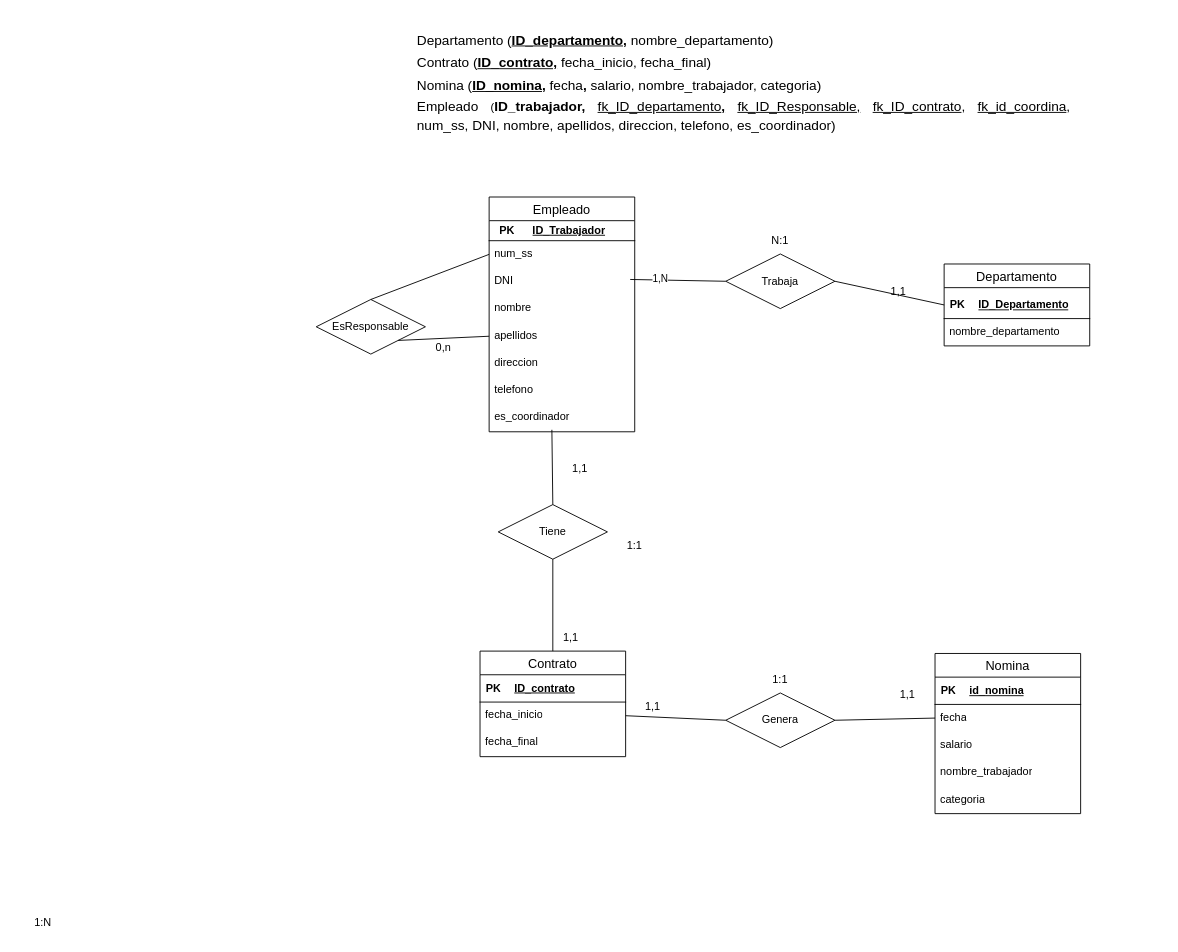
Daninuro/diagrames-cvf-dn-mpl-n-11102023 keeps this draw.io diagram as Ejercicio07.drawio. Above is the earlier version. Source tidied: cells renumbered, new cells numbered last; positions are measured from the earlier drawing's top-left corner, leaving out a move shared by most shapes. Both pictures are drawn from the tidied source at 91%, with x=0, y=0 at pixel (15, 26).
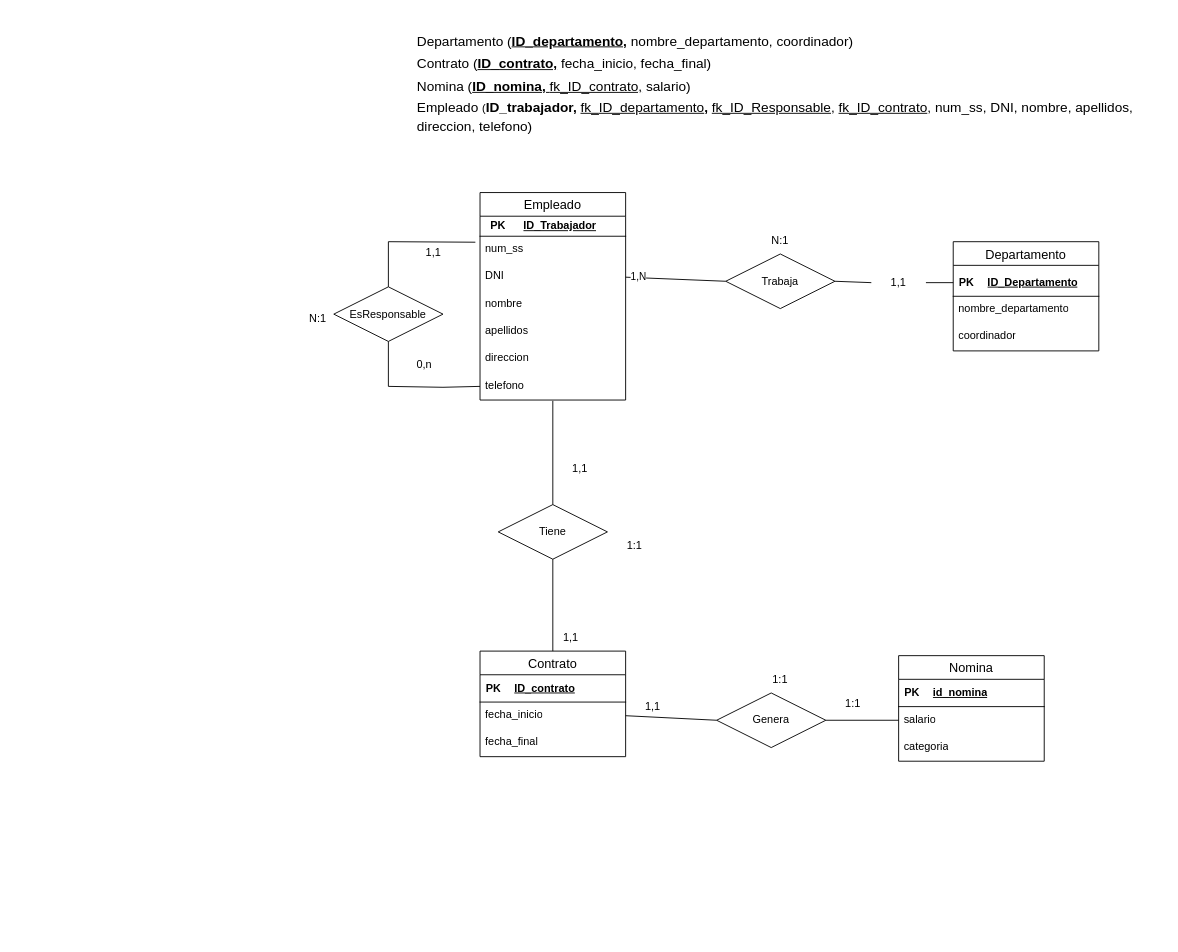
The same page after the edit.

Unchanged cells that the change refers to:
```xml
<mxCell id="7" value="num_ss" style="text;strokeColor=none;fillColor=none;spacingLeft=4;spacingRight=4;overflow=hidden;points=[[0,0.5],[1,0.5]];portConstraint=eastwest;fontSize=12;whiteSpace=wrap;html=1;" parent="2" vertex="1">
  <mxGeometry y="48" width="160" height="30" as="geometry" />
</mxCell>
<mxCell id="8" value="DNI" style="text;strokeColor=none;fillColor=none;spacingLeft=4;spacingRight=4;overflow=hidden;points=[[0,0.5],[1,0.5]];portConstraint=eastwest;fontSize=12;whiteSpace=wrap;html=1;" parent="2" vertex="1">
  <mxGeometry y="78" width="160" height="30" as="geometry" />
</mxCell>
<mxCell id="10" value="apellidos" style="text;strokeColor=none;fillColor=none;spacingLeft=4;spacingRight=4;overflow=hidden;points=[[0,0.5],[1,0.5]];portConstraint=eastwest;fontSize=12;whiteSpace=wrap;html=1;" parent="2" vertex="1">
  <mxGeometry y="138" width="160" height="30" as="geometry" />
</mxCell>
<mxCell id="12" value="telefono" style="text;strokeColor=none;fillColor=none;spacingLeft=4;spacingRight=4;overflow=hidden;points=[[0,0.5],[1,0.5]];portConstraint=eastwest;fontSize=12;whiteSpace=wrap;html=1;" parent="2" vertex="1">
  <mxGeometry y="198" width="160" height="30" as="geometry" />
</mxCell>
<mxCell id="23" style="shape=tableRow;horizontal=0;startSize=0;swimlaneHead=0;swimlaneBody=0;fillColor=none;points=[[0,0.5],[1,0.5]];portConstraint=eastwest;top=0;left=0;right=0;bottom=1;" parent="22" vertex="1">
  <mxGeometry y="4" width="160" height="30" as="geometry" />
</mxCell>
<mxCell id="36" value="Tiene" style="shape=rhombus;perimeter=rhombusPerimeter;whiteSpace=wrap;html=1;align=center;" parent="1" vertex="1">
  <mxGeometry x="530" y="525" width="120" height="60" as="geometry" />
</mxCell>
<mxCell id="38" value="Trabaja" style="shape=rhombus;perimeter=rhombusPerimeter;whiteSpace=wrap;html=1;align=center;" parent="1" vertex="1">
  <mxGeometry x="780" y="249.6" width="120" height="60" as="geometry" />
</mxCell>
```

Change to the diagram source:
```diff
@@
     <mxCell id="2" value="Empleado" style="swimlane;fontStyle=0;horizontal=1;startSize=26;align=center;fontSize=14;" parent="1" vertex="1">
-      <mxGeometry x="520" y="187" width="160" height="258" as="geometry" />
+      <mxGeometry x="510" y="182.1" width="160" height="228" as="geometry" />
     </mxCell>
@@
-    <mxCell id="13" value="es_coordinador" style="text;strokeColor=none;fillColor=none;spacingLeft=4;spacingRight=4;overflow=hidden;points=[[0,0.5],[1,0.5]];portConstraint=eastwest;fontSize=12;whiteSpace=wrap;html=1;" parent="2" vertex="1">
-      <mxGeometry y="228" width="160" height="30" as="geometry" />
-    </mxCell>
@@
     <mxCell id="21" value="Departamento" style="swimlane;fontStyle=0;horizontal=1;startSize=26;align=center;fontSize=14;" parent="1" vertex="1">
-      <mxGeometry x="1020" y="260.6" width="160" height="90" as="geometry" />
+      <mxGeometry x="1030" y="236.1" width="160" height="120" as="geometry" />
     </mxCell>
@@
+    <mxCell id="60" value="coordinador" style="text;strokeColor=none;fillColor=none;spacingLeft=4;spacingRight=4;overflow=hidden;fontSize=12;whiteSpace=wrap;html=1;" parent="21" vertex="1">
+      <mxGeometry y="90" width="160" height="30" as="geometry" />
+    </mxCell>
     <mxCell id="27" value="Nomina" style="swimlane;fontStyle=0;horizontal=1;startSize=26;align=center;fontSize=14;" parent="1" vertex="1">
-      <mxGeometry x="1010" y="688.6" width="160" height="176" as="geometry" />
+      <mxGeometry x="970" y="691" width="160" height="116" as="geometry" />
     </mxCell>
@@
-    <mxCell id="32" value="fecha" style="text;strokeColor=none;fillColor=none;spacingLeft=4;spacingRight=4;overflow=hidden;points=[[0,0.5],[1,0.5]];portConstraint=eastwest;fontSize=12;whiteSpace=wrap;html=1;" parent="27" vertex="1">
-      <mxGeometry y="56" width="160" height="30" as="geometry" />
-    </mxCell>
     <mxCell id="33" value="salario" style="text;strokeColor=none;fillColor=none;spacingLeft=4;spacingRight=4;overflow=hidden;fontSize=12;whiteSpace=wrap;html=1;" parent="27" vertex="1">
-      <mxGeometry y="86" width="160" height="30" as="geometry" />
+      <mxGeometry y="56" width="160" height="30" as="geometry" />
     </mxCell>
-    <mxCell id="34" value="nombre_trabajador" style="text;strokeColor=none;fillColor=none;spacingLeft=4;spacingRight=4;overflow=hidden;fontSize=12;whiteSpace=wrap;html=1;" parent="27" vertex="1">
-      <mxGeometry y="116" width="160" height="30" as="geometry" />
-    </mxCell>
     <mxCell id="35" value="categoria" style="text;strokeColor=none;fillColor=none;spacingLeft=4;spacingRight=4;overflow=hidden;fontSize=12;whiteSpace=wrap;html=1;" parent="27" vertex="1">
-      <mxGeometry y="146" width="160" height="30" as="geometry" />
+      <mxGeometry y="86" width="160" height="30" as="geometry" />
     </mxCell>
@@
     <mxCell id="37" value="Genera" style="shape=rhombus;perimeter=rhombusPerimeter;whiteSpace=wrap;html=1;align=center;" parent="1" vertex="1">
-      <mxGeometry x="780" y="732" width="120" height="60" as="geometry" />
+      <mxGeometry x="770" y="732" width="120" height="60" as="geometry" />
     </mxCell>
@@
-    <mxCell id="39" style="endArrow=none;html=1;rounded=0;entryX=0;entryY=0.5;entryDx=0;entryDy=0;exitX=1;exitY=0.5;exitDx=0;exitDy=0;" parent="1" edge="1" source="38" target="23">
+    <mxCell id="39" style="endArrow=none;html=1;rounded=0;entryX=0;entryY=0.5;entryDx=0;entryDy=0;exitX=1;exitY=0.5;exitDx=0;exitDy=0;" parent="1" edge="1" source="48" target="23">
       <mxGeometry relative="1" as="geometry" />
     </mxCell>
-    <mxCell id="40" style="endArrow=none;html=1;rounded=0;entryX=0;entryY=0.5;entryDx=0;entryDy=0;exitX=0.25;exitY=0;exitDx=0;exitDy=0;" parent="1" edge="1" target="38">
-      <mxGeometry relative="1" as="geometry">
-        <mxPoint x="675" y="277.6" as="sourcePoint" />
-      </mxGeometry>
+    <mxCell id="40" style="endArrow=none;html=1;rounded=0;entryX=0;entryY=0.5;entryDx=0;entryDy=0;exitX=1;exitY=0.5;exitDx=0;exitDy=0;" parent="1" edge="1" source="8" target="38">
+      <mxGeometry relative="1" as="geometry" />
     </mxCell>
     <mxCell id="41" value="1,N" style="edgeLabel;html=1;align=center;verticalAlign=middle;" parent="40" vertex="1">
-      <mxGeometry x="-0.4" y="2" relative="1" as="geometry" />
+      <mxGeometry x="-0.4" y="2" relative="1" as="geometry">
+        <mxPoint x="-20" as="offset" />
+      </mxGeometry>
     </mxCell>
-    <mxCell id="42" style="endArrow=none;html=1;rounded=0;entryX=0.5;entryY=0;entryDx=0;entryDy=0;exitX=0.431;exitY=0.927;exitDx=0;exitDy=0;exitPerimeter=0;" parent="1" edge="1" source="13" target="36">
-      <mxGeometry relative="1" as="geometry" />
+    <mxCell id="42" style="endArrow=none;html=1;rounded=0;entryX=0.5;entryY=0;entryDx=0;entryDy=0;" parent="1" edge="1" target="36">
+      <mxGeometry relative="1" as="geometry">
+        <mxPoint x="590" y="411" as="sourcePoint" />
+      </mxGeometry>
     </mxCell>
@@
-    <mxCell id="44" style="endArrow=none;html=1;rounded=0;exitX=1;exitY=0.5;exitDx=0;exitDy=0;entryX=0;entryY=0.5;entryDx=0;entryDy=0;" parent="1" edge="1" source="37" target="32">
-      <mxGeometry relative="1" as="geometry" />
+    <mxCell id="44" style="endArrow=none;html=1;rounded=0;exitX=1;exitY=0.5;exitDx=0;exitDy=0;entryX=0;entryY=0.5;entryDx=0;entryDy=0;" parent="1" edge="1" source="37">
+      <mxGeometry relative="1" as="geometry">
+        <mxPoint x="970" y="762" as="targetPoint" />
+      </mxGeometry>
     </mxCell>
@@
-    <mxCell id="48" value="1,1" style="text;html=1;strokeColor=none;fillColor=none;align=center;verticalAlign=middle;whiteSpace=wrap;rounded=0;" parent="1" vertex="1">
-      <mxGeometry x="940" y="277.6" width="60" height="27" as="geometry" />
-    </mxCell>
@@
-    <mxCell id="52" value="1,1" style="text;html=1;strokeColor=none;fillColor=none;align=center;verticalAlign=middle;whiteSpace=wrap;rounded=0;" parent="1" vertex="1">
-      <mxGeometry x="950" y="719" width="60" height="30" as="geometry" />
-    </mxCell>
@@
     <mxCell id="54" value="EsResponsable" style="shape=rhombus;perimeter=rhombusPerimeter;whiteSpace=wrap;html=1;align=center;" parent="1" vertex="1">
-      <mxGeometry x="330" y="299.6" width="120" height="60" as="geometry" />
+      <mxGeometry x="349.3" y="285.7" width="120" height="60" as="geometry" />
     </mxCell>
-    <mxCell id="55" style="endArrow=none;html=1;rounded=0;exitX=1;exitY=1;exitDx=0;exitDy=0;entryX=0;entryY=0.5;entryDx=0;entryDy=0;" parent="1" edge="1" source="54" target="10">
-      <mxGeometry relative="1" as="geometry" />
+    <mxCell id="55" style="endArrow=none;html=1;rounded=0;entryX=0;entryY=0.5;entryDx=0;entryDy=0;exitX=0.5;exitY=1;exitDx=0;exitDy=0;" parent="1" edge="1" source="54" target="12">
+      <mxGeometry relative="1" as="geometry">
+        <Array as="points">
+          <mxPoint x="409.3" y="395.1" />
+          <mxPoint x="469.3" y="396.1" />
+        </Array>
+      </mxGeometry>
     </mxCell>
-    <mxCell id="56" style="endArrow=none;html=1;rounded=0;exitX=0.5;exitY=0;exitDx=0;exitDy=0;entryX=0;entryY=0.5;entryDx=0;entryDy=0;" parent="1" edge="1" source="54">
+    <mxCell id="56" style="endArrow=none;html=1;rounded=0;exitX=0.5;exitY=0;exitDx=0;exitDy=0;entryX=-0.032;entryY=0.219;entryDx=0;entryDy=0;entryPerimeter=0;" parent="1" edge="1" source="54" target="7">
       <mxGeometry relative="1" as="geometry">
-        <mxPoint x="520" y="250" as="targetPoint" />
+        <Array as="points">
+          <mxPoint x="409.3" y="236.1" />
+        </Array>
       </mxGeometry>
     </mxCell>
-    <mxCell id="57" value="1:N" style="text;html=1;strokeColor=none;fillColor=none;align=center;verticalAlign=middle;whiteSpace=wrap;rounded=0;" parent="1" vertex="1">
-      <mxGeometry y="969.6" width="60" height="30" as="geometry" />
-    </mxCell>
-    <mxCell id="58" value="&lt;p style=&quot;line-height: 180%; font-size: 17px;&quot;&gt;&lt;/p&gt;&lt;div style=&quot;text-align: justify; line-height: 170%;&quot;&gt;&lt;span style=&quot;font-size: 15px; background-color: initial;&quot;&gt;Departamento (&lt;/span&gt;&lt;u style=&quot;font-size: 15px; background-color: initial; border-color: var(--border-color); font-weight: bold;&quot;&gt;ID_departamento,&lt;/u&gt;&lt;span style=&quot;font-size: 15px; background-color: initial;&quot;&gt;&amp;nbsp;nombre_departamento)&lt;/span&gt;&lt;br&gt;&lt;/div&gt;&lt;font style=&quot;&quot;&gt;&lt;font style=&quot;&quot;&gt;&lt;div style=&quot;font-size: 15px; text-align: justify; line-height: 170%;&quot;&gt;&lt;span style=&quot;background-color: initial;&quot;&gt;Contrato (&lt;/span&gt;&lt;u style=&quot;background-color: initial; font-weight: bold;&quot;&gt;ID_contrato,&lt;/u&gt;&lt;span style=&quot;background-color: initial; font-weight: bold;&quot;&gt;&amp;nbsp;&lt;/span&gt;&lt;span style=&quot;background-color: initial;&quot;&gt;fecha_inicio, fecha_final)&lt;/span&gt;&lt;/div&gt;&lt;div style=&quot;font-size: 15px; text-align: justify; line-height: 170%;&quot;&gt;&lt;span style=&quot;background-color: initial;&quot;&gt;Nomina (&lt;/span&gt;&lt;b style=&quot;background-color: initial;&quot;&gt;&lt;u&gt;ID_nomina,&lt;/u&gt;&amp;nbsp;&lt;/b&gt;&lt;span style=&quot;background-color: initial;&quot;&gt;fecha&lt;/span&gt;&lt;b style=&quot;background-color: initial;&quot;&gt;,&amp;nbsp;&lt;/b&gt;&lt;span style=&quot;background-color: initial;&quot;&gt;salario, nombre_trabajador, categoria)&lt;/span&gt;&lt;/div&gt;&lt;div style=&quot;text-align: justify; line-height: 170%;&quot;&gt;&lt;div style=&quot;border-color: var(--border-color); line-height: 20.4px;&quot;&gt;&lt;font style=&quot;font-size: 15px;&quot;&gt;Empleado &lt;/font&gt;&lt;span style=&quot;font-size: 12px;&quot;&gt;(&lt;span style=&quot;border-color: var(--border-color); font-size: 15px; background-color: initial;&quot;&gt;&lt;b style=&quot;border-color: var(--border-color);&quot;&gt;ID_trabajador,&amp;nbsp;&lt;/b&gt;&lt;u style=&quot;border-color: var(--border-color);&quot;&gt;fk_&lt;/u&gt;&lt;/span&gt;&lt;u style=&quot;border-color: var(--border-color); font-size: 15px; background-color: initial;&quot;&gt;ID_departamento&lt;b style=&quot;border-color: var(--border-color);&quot;&gt;,&lt;/b&gt;&lt;/u&gt;&lt;b style=&quot;border-color: var(--border-color); font-size: 15px; background-color: initial;&quot;&gt;&amp;nbsp;&lt;/b&gt;&lt;span style=&quot;border-color: var(--border-color); font-size: 15px; background-color: initial;&quot;&gt;&lt;u style=&quot;border-color: var(--border-color);&quot;&gt;fk_&lt;/u&gt;&lt;/span&gt;&lt;u style=&quot;border-color: var(--border-color); font-size: 15px; background-color: initial;&quot;&gt;ID_Responsable,&lt;/u&gt;&lt;span style=&quot;border-color: var(--border-color); font-size: 15px; background-color: initial;&quot;&gt;&amp;nbsp;&lt;u style=&quot;border-color: var(--border-color);&quot;&gt;fk_ID_contrato&lt;/u&gt;, &lt;u&gt;fk_id_coordina&lt;/u&gt;, num_ss, DNI, nombre, apellidos, direccion, telefono, es_coordinador)&lt;/span&gt;&lt;/span&gt;&lt;/div&gt;&lt;div style=&quot;font-size: 15px;&quot;&gt;&lt;span style=&quot;border-color: var(--border-color); font-size: 15px; background-color: initial;&quot;&gt;&lt;br&gt;&lt;/span&gt;&lt;/div&gt;&lt;span style=&quot;font-size: 15px; border-color: var(--border-color);&quot;&gt;&lt;font style=&quot;border-color: var(--border-color); text-align: center;&quot;&gt;&lt;/font&gt;&lt;/span&gt;&lt;/div&gt;&lt;/font&gt;&lt;/font&gt;&lt;p&gt;&lt;/p&gt;" style="text;html=1;strokeColor=none;fillColor=none;align=center;verticalAlign=middle;whiteSpace=wrap;rounded=0;" parent="1" vertex="1">
-      <mxGeometry x="440" width="720" height="140.4" as="geometry" />
+    <mxCell id="58" value="&lt;p style=&quot;line-height: 180%; font-size: 17px;&quot;&gt;&lt;/p&gt;&lt;div style=&quot;text-align: left; line-height: 170%;&quot;&gt;&lt;span style=&quot;font-size: 15px; background-color: initial;&quot;&gt;Departamento (&lt;/span&gt;&lt;u style=&quot;font-size: 15px; background-color: initial; border-color: var(--border-color); font-weight: bold;&quot;&gt;ID_departamento,&lt;/u&gt;&lt;span style=&quot;font-size: 15px; background-color: initial;&quot;&gt;&amp;nbsp;nombre_departamento, coordinador)&lt;/span&gt;&lt;br&gt;&lt;/div&gt;&lt;font style=&quot;&quot;&gt;&lt;font style=&quot;&quot;&gt;&lt;div style=&quot;text-align: left; font-size: 15px; line-height: 170%;&quot;&gt;&lt;span style=&quot;background-color: initial;&quot;&gt;Contrato (&lt;/span&gt;&lt;u style=&quot;background-color: initial; font-weight: bold;&quot;&gt;ID_contrato,&lt;/u&gt;&lt;span style=&quot;background-color: initial; font-weight: bold;&quot;&gt;&amp;nbsp;&lt;/span&gt;&lt;span style=&quot;background-color: initial;&quot;&gt;fecha_inicio, fecha_final)&lt;/span&gt;&lt;/div&gt;&lt;div style=&quot;text-align: left; font-size: 15px; line-height: 170%;&quot;&gt;&lt;span style=&quot;background-color: initial;&quot;&gt;Nomina (&lt;/span&gt;&lt;b style=&quot;background-color: initial;&quot;&gt;&lt;u&gt;ID_nomina,&amp;nbsp;&lt;/u&gt;&lt;/b&gt;&lt;u style=&quot;background-color: initial; border-color: var(--border-color);&quot;&gt;fk_ID_contrato,&lt;/u&gt;&lt;b style=&quot;background-color: initial;&quot;&gt;&amp;nbsp;&lt;/b&gt;&lt;span style=&quot;background-color: initial;&quot;&gt;salario)&lt;/span&gt;&lt;/div&gt;&lt;div style=&quot;line-height: 170%;&quot;&gt;&lt;div style=&quot;text-align: left; border-color: var(--border-color); line-height: 20.4px;&quot;&gt;&lt;font style=&quot;font-size: 15px;&quot;&gt;Empleado &lt;/font&gt;&lt;span style=&quot;font-size: 12px;&quot;&gt;(&lt;span style=&quot;border-color: var(--border-color); font-size: 15px; background-color: initial;&quot;&gt;&lt;b style=&quot;border-color: var(--border-color);&quot;&gt;ID_trabajador,&amp;nbsp;&lt;/b&gt;&lt;u style=&quot;border-color: var(--border-color);&quot;&gt;fk_&lt;/u&gt;&lt;/span&gt;&lt;u style=&quot;border-color: var(--border-color); font-size: 15px; background-color: initial;&quot;&gt;ID_departamento&lt;b style=&quot;border-color: var(--border-color);&quot;&gt;,&lt;/b&gt;&lt;/u&gt;&lt;b style=&quot;border-color: var(--border-color); font-size: 15px; background-color: initial;&quot;&gt;&amp;nbsp;&lt;/b&gt;&lt;span style=&quot;border-color: var(--border-color); font-size: 15px; background-color: initial;&quot;&gt;&lt;u style=&quot;border-color: var(--border-color);&quot;&gt;fk_&lt;/u&gt;&lt;/span&gt;&lt;u style=&quot;border-color: var(--border-color); font-size: 15px; background-color: initial;&quot;&gt;ID_Responsable,&lt;/u&gt;&lt;span style=&quot;border-color: var(--border-color); font-size: 15px; background-color: initial;&quot;&gt;&amp;nbsp;&lt;u style=&quot;border-color: var(--border-color);&quot;&gt;fk_ID_contrato&lt;/u&gt;, num_ss, DNI, nombre, apellidos, direccion, telefono)&lt;/span&gt;&lt;/span&gt;&lt;/div&gt;&lt;div style=&quot;font-size: 15px;&quot;&gt;&lt;span style=&quot;border-color: var(--border-color); font-size: 15px; background-color: initial;&quot;&gt;&lt;br&gt;&lt;/span&gt;&lt;/div&gt;&lt;span style=&quot;font-size: 15px; border-color: var(--border-color);&quot;&gt;&lt;font style=&quot;border-color: var(--border-color); text-align: center;&quot;&gt;&lt;/font&gt;&lt;/span&gt;&lt;/div&gt;&lt;/font&gt;&lt;/font&gt;&lt;p&gt;&lt;/p&gt;" style="text;html=1;strokeColor=none;fillColor=none;align=center;verticalAlign=middle;whiteSpace=wrap;rounded=0;" parent="1" vertex="1">
+      <mxGeometry x="440" width="820" height="141" as="geometry" />
     </mxCell>
     <mxCell id="59" value="0,n" style="text;html=1;strokeColor=none;fillColor=none;align=center;verticalAlign=middle;whiteSpace=wrap;rounded=0;" parent="1" vertex="1">
-      <mxGeometry x="440" y="337.6" width="60" height="30" as="geometry" />
+      <mxGeometry x="419.3" y="356.1" width="60" height="30" as="geometry" />
     </mxCell>
+    <mxCell id="61" style="endArrow=none;html=1;rounded=0;entryX=0;entryY=0.5;entryDx=0;entryDy=0;exitX=1;exitY=0.5;exitDx=0;exitDy=0;" parent="1" edge="1" source="38" target="48">
+      <mxGeometry relative="1" as="geometry" />
+    </mxCell>
+    <mxCell id="48" value="1,1" style="text;html=1;strokeColor=none;fillColor=none;align=center;verticalAlign=middle;whiteSpace=wrap;rounded=0;" parent="1" vertex="1">
+      <mxGeometry x="940" y="267.6" width="60" height="27" as="geometry" />
+    </mxCell>
+    <mxCell id="52" value="1,1" style="text;html=1;strokeColor=none;fillColor=none;align=center;verticalAlign=middle;whiteSpace=wrap;rounded=0;" parent="1" vertex="1">
+      <mxGeometry x="429.3" y="232.7" width="60" height="30" as="geometry" />
+    </mxCell>
+    <mxCell id="62" value="N:1" style="text;html=1;strokeColor=none;fillColor=none;align=center;verticalAlign=middle;whiteSpace=wrap;rounded=0;" parent="1" vertex="1">
+      <mxGeometry x="307" y="302.9" width="50" height="35.4" as="geometry" />
+    </mxCell>
+    <mxCell id="63" value="1:1" style="text;html=1;strokeColor=none;fillColor=none;align=center;verticalAlign=middle;whiteSpace=wrap;rounded=0;" parent="1" vertex="1">
+      <mxGeometry x="890" y="729" width="60" height="30" as="geometry" />
+    </mxCell>
```
